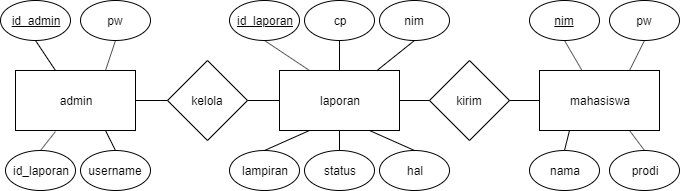
The draw.io diagram database/ERD.png in angelicakirana/IF3111-1920, before a commit. Source tidied: cells renumbered, new cells last; positions are measured from the earlier drawing's top-left corner, leaving out a move shared by most shapes. Its diagram source:
```xml
<mxGraphModel>
  <root>
    <mxCell id="0" />
    <mxCell id="1" parent="0" />
    <mxCell id="2" value="admin" style="rounded=0;whiteSpace=wrap;html=1;" parent="1" vertex="1">
      <mxGeometry x="15" y="70" width="120" height="60" as="geometry" />
    </mxCell>
    <mxCell id="3" value="laporan" style="rounded=0;whiteSpace=wrap;html=1;" parent="1" vertex="1">
      <mxGeometry x="279" y="70" width="120" height="60" as="geometry" />
    </mxCell>
    <mxCell id="4" value="mahasiswa" style="rounded=0;whiteSpace=wrap;html=1;" parent="1" vertex="1">
      <mxGeometry x="539" y="70" width="120" height="60" as="geometry" />
    </mxCell>
    <mxCell id="5" value="prodi" style="ellipse;whiteSpace=wrap;html=1;" parent="1" vertex="1">
      <mxGeometry x="609" y="150" width="70" height="40" as="geometry" />
    </mxCell>
    <mxCell id="6" value="pw" style="ellipse;whiteSpace=wrap;html=1;" parent="1" vertex="1">
      <mxGeometry x="609" width="70" height="40" as="geometry" />
    </mxCell>
    <mxCell id="7" value="nama" style="ellipse;whiteSpace=wrap;html=1;" parent="1" vertex="1">
      <mxGeometry x="529" y="150" width="70" height="40" as="geometry" />
    </mxCell>
    <mxCell id="8" value="nim" style="ellipse;whiteSpace=wrap;html=1;fontStyle=4;" parent="1" vertex="1">
      <mxGeometry x="529" width="70" height="40" as="geometry" />
    </mxCell>
    <mxCell id="9" value="id_laporan" style="ellipse;whiteSpace=wrap;html=1;fontStyle=4;" parent="1" vertex="1">
      <mxGeometry x="229" width="70" height="40" as="geometry" />
    </mxCell>
    <mxCell id="10" value="lampiran" style="ellipse;whiteSpace=wrap;html=1;" parent="1" vertex="1">
      <mxGeometry x="229" y="150" width="70" height="40" as="geometry" />
    </mxCell>
    <mxCell id="11" value="hal" style="ellipse;whiteSpace=wrap;html=1;" parent="1" vertex="1">
      <mxGeometry x="379" y="150" width="70" height="40" as="geometry" />
    </mxCell>
    <mxCell id="12" value="id_admin" style="ellipse;whiteSpace=wrap;html=1;fontStyle=4;" parent="1" vertex="1">
      <mxGeometry width="70" height="40" as="geometry" />
    </mxCell>
    <mxCell id="13" value="pw" style="ellipse;whiteSpace=wrap;html=1;" parent="1" vertex="1">
      <mxGeometry x="80" width="70" height="40" as="geometry" />
    </mxCell>
    <mxCell id="14" value="nim" style="ellipse;whiteSpace=wrap;html=1;" parent="1" vertex="1">
      <mxGeometry x="379" width="70" height="40" as="geometry" />
    </mxCell>
    <mxCell id="15" value="cp" style="ellipse;whiteSpace=wrap;html=1;" parent="1" vertex="1">
      <mxGeometry x="304" width="70" height="40" as="geometry" />
    </mxCell>
    <mxCell id="16" value="username" style="ellipse;whiteSpace=wrap;html=1;" parent="1" vertex="1">
      <mxGeometry x="80" y="150" width="70" height="40" as="geometry" />
    </mxCell>
    <mxCell id="17" value="id_laporan" style="ellipse;whiteSpace=wrap;html=1;" parent="1" vertex="1">
      <mxGeometry x="5" y="150" width="70" height="40" as="geometry" />
    </mxCell>
    <mxCell id="18" style="endArrow=none;html=1;entryX=0.5;entryY=1;entryDx=0;entryDy=0;exitX=0.75;exitY=0;exitDx=0;exitDy=0;" parent="1" edge="1" source="2" target="13">
      <mxGeometry relative="1" as="geometry" />
    </mxCell>
    <mxCell id="19" value="kelola" style="rhombus;whiteSpace=wrap;html=1;" parent="1" vertex="1">
      <mxGeometry x="167" y="60" width="80" height="80" as="geometry" />
    </mxCell>
    <mxCell id="20" value="kirim" style="rhombus;whiteSpace=wrap;html=1;" parent="1" vertex="1">
      <mxGeometry x="429" y="60" width="80" height="80" as="geometry" />
    </mxCell>
    <mxCell id="21" style="endArrow=none;html=1;entryX=0.5;entryY=1;entryDx=0;entryDy=0;" parent="1" edge="1" source="2" target="12">
      <mxGeometry relative="1" as="geometry" />
    </mxCell>
    <mxCell id="22" style="endArrow=none;html=1;entryX=0.5;entryY=0;entryDx=0;entryDy=0;exitX=0.333;exitY=1.017;exitDx=0;exitDy=0;exitPerimeter=0;" parent="1" edge="1" source="2" target="17">
      <mxGeometry relative="1" as="geometry" />
    </mxCell>
    <mxCell id="23" style="endArrow=none;html=1;entryX=0.5;entryY=0;entryDx=0;entryDy=0;exitX=0.75;exitY=1;exitDx=0;exitDy=0;" parent="1" edge="1" source="2" target="16">
      <mxGeometry relative="1" as="geometry" />
    </mxCell>
    <mxCell id="24" style="endArrow=none;html=1;exitX=0;exitY=0.5;exitDx=0;exitDy=0;entryX=1;entryY=0.5;entryDx=0;entryDy=0;" parent="1" edge="1" source="19" target="2">
      <mxGeometry relative="1" as="geometry" />
    </mxCell>
    <mxCell id="25" style="endArrow=none;html=1;entryX=1;entryY=0.5;entryDx=0;entryDy=0;exitX=0;exitY=0.5;exitDx=0;exitDy=0;" parent="1" edge="1" source="3" target="19">
      <mxGeometry relative="1" as="geometry" />
    </mxCell>
    <mxCell id="26" style="endArrow=none;html=1;entryX=0;entryY=0.5;entryDx=0;entryDy=0;exitX=1;exitY=0.5;exitDx=0;exitDy=0;" parent="1" edge="1" source="20" target="4">
      <mxGeometry relative="1" as="geometry" />
    </mxCell>
    <mxCell id="27" style="endArrow=none;html=1;entryX=1;entryY=0.5;entryDx=0;entryDy=0;exitX=0;exitY=0.5;exitDx=0;exitDy=0;" parent="1" edge="1" source="20" target="3">
      <mxGeometry relative="1" as="geometry" />
    </mxCell>
    <mxCell id="28" style="endArrow=none;html=1;entryX=0.5;entryY=1;entryDx=0;entryDy=0;exitX=0.25;exitY=0;exitDx=0;exitDy=0;" parent="1" edge="1" source="3" target="9">
      <mxGeometry relative="1" as="geometry" />
    </mxCell>
    <mxCell id="29" style="endArrow=none;html=1;entryX=0.5;entryY=1;entryDx=0;entryDy=0;exitX=0.5;exitY=0;exitDx=0;exitDy=0;" parent="1" edge="1" source="3" target="15">
      <mxGeometry relative="1" as="geometry" />
    </mxCell>
    <mxCell id="30" style="endArrow=none;html=1;entryX=0.5;entryY=1;entryDx=0;entryDy=0;" parent="1" edge="1" source="3" target="14">
      <mxGeometry relative="1" as="geometry" />
    </mxCell>
    <mxCell id="31" style="endArrow=none;html=1;entryX=0.25;entryY=1;entryDx=0;entryDy=0;exitX=0.5;exitY=0;exitDx=0;exitDy=0;" parent="1" edge="1" source="10" target="3">
      <mxGeometry relative="1" as="geometry" />
    </mxCell>
    <mxCell id="32" style="endArrow=none;html=1;entryX=0.5;entryY=1;entryDx=0;entryDy=0;exitX=0.75;exitY=0;exitDx=0;exitDy=0;" parent="1" edge="1" source="4" target="6">
      <mxGeometry relative="1" as="geometry" />
    </mxCell>
    <mxCell id="33" style="endArrow=none;html=1;entryX=0.5;entryY=0;entryDx=0;entryDy=0;exitX=0.75;exitY=1;exitDx=0;exitDy=0;" parent="1" edge="1" source="3" target="11">
      <mxGeometry relative="1" as="geometry" />
    </mxCell>
    <mxCell id="34" style="endArrow=none;html=1;entryX=0.5;entryY=0;entryDx=0;entryDy=0;exitX=0.75;exitY=1;exitDx=0;exitDy=0;" parent="1" edge="1" source="4" target="5">
      <mxGeometry relative="1" as="geometry" />
    </mxCell>
    <mxCell id="35" style="endArrow=none;html=1;entryX=0.5;entryY=0;entryDx=0;entryDy=0;exitX=0.25;exitY=1;exitDx=0;exitDy=0;" parent="1" edge="1" source="4" target="7">
      <mxGeometry relative="1" as="geometry" />
    </mxCell>
    <mxCell id="36" style="endArrow=none;html=1;entryX=0.5;entryY=1;entryDx=0;entryDy=0;" parent="1" edge="1" source="4" target="8">
      <mxGeometry relative="1" as="geometry" />
    </mxCell>
    <mxCell id="37" value="status" style="ellipse;whiteSpace=wrap;html=1;" parent="1" vertex="1">
      <mxGeometry x="304" y="150" width="70" height="40" as="geometry" />
    </mxCell>
    <mxCell id="38" style="endArrow=none;html=1;entryX=0.5;entryY=1;entryDx=0;entryDy=0;exitX=0.5;exitY=0;exitDx=0;exitDy=0;" parent="1" edge="1" source="37" target="3">
      <mxGeometry relative="1" as="geometry" />
    </mxCell>
  </root>
</mxGraphModel>
```
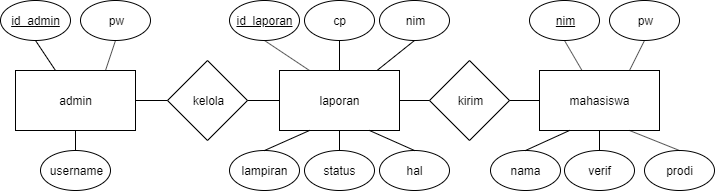
Above is the later version.

What changed in the source:
```diff
@@ -12,13 +12,13 @@
       <mxGeometry x="539" y="70" width="120" height="60" as="geometry" />
     </mxCell>
     <mxCell id="5" value="prodi" style="ellipse;whiteSpace=wrap;html=1;" parent="1" vertex="1">
-      <mxGeometry x="609" y="150" width="70" height="40" as="geometry" />
+      <mxGeometry x="644" y="150" width="70" height="40" as="geometry" />
     </mxCell>
     <mxCell id="6" value="pw" style="ellipse;whiteSpace=wrap;html=1;" parent="1" vertex="1">
       <mxGeometry x="609" width="70" height="40" as="geometry" />
     </mxCell>
     <mxCell id="7" value="nama" style="ellipse;whiteSpace=wrap;html=1;" parent="1" vertex="1">
-      <mxGeometry x="529" y="150" width="70" height="40" as="geometry" />
+      <mxGeometry x="490" y="150" width="70" height="40" as="geometry" />
     </mxCell>
     <mxCell id="8" value="nim" style="ellipse;whiteSpace=wrap;html=1;fontStyle=4;" parent="1" vertex="1">
       <mxGeometry x="529" width="70" height="40" as="geometry" />
@@ -45,11 +45,8 @@
       <mxGeometry x="304" width="70" height="40" as="geometry" />
     </mxCell>
     <mxCell id="16" value="username" style="ellipse;whiteSpace=wrap;html=1;" parent="1" vertex="1">
-      <mxGeometry x="80" y="150" width="70" height="40" as="geometry" />
+      <mxGeometry x="40" y="150" width="70" height="40" as="geometry" />
     </mxCell>
-    <mxCell id="17" value="id_laporan" style="ellipse;whiteSpace=wrap;html=1;" parent="1" vertex="1">
-      <mxGeometry x="5" y="150" width="70" height="40" as="geometry" />
-    </mxCell>
     <mxCell id="18" style="endArrow=none;html=1;entryX=0.5;entryY=1;entryDx=0;entryDy=0;exitX=0.75;exitY=0;exitDx=0;exitDy=0;" parent="1" edge="1" source="2" target="13">
       <mxGeometry relative="1" as="geometry" />
     </mxCell>
@@ -62,10 +59,7 @@
     <mxCell id="21" style="endArrow=none;html=1;entryX=0.5;entryY=1;entryDx=0;entryDy=0;" parent="1" edge="1" source="2" target="12">
       <mxGeometry relative="1" as="geometry" />
     </mxCell>
-    <mxCell id="22" style="endArrow=none;html=1;entryX=0.5;entryY=0;entryDx=0;entryDy=0;exitX=0.333;exitY=1.017;exitDx=0;exitDy=0;exitPerimeter=0;" parent="1" edge="1" source="2" target="17">
-      <mxGeometry relative="1" as="geometry" />
-    </mxCell>
-    <mxCell id="23" style="endArrow=none;html=1;entryX=0.5;entryY=0;entryDx=0;entryDy=0;exitX=0.75;exitY=1;exitDx=0;exitDy=0;" parent="1" edge="1" source="2" target="16">
+    <mxCell id="23" style="endArrow=none;html=1;entryX=0.5;entryY=0;entryDx=0;entryDy=0;exitX=0.5;exitY=1;exitDx=0;exitDy=0;" parent="1" edge="1" source="2" target="16">
       <mxGeometry relative="1" as="geometry" />
     </mxCell>
     <mxCell id="24" style="endArrow=none;html=1;exitX=0;exitY=0.5;exitDx=0;exitDy=0;entryX=1;entryY=0.5;entryDx=0;entryDy=0;" parent="1" edge="1" source="19" target="2">
@@ -113,5 +107,11 @@
     <mxCell id="38" style="endArrow=none;html=1;entryX=0.5;entryY=1;entryDx=0;entryDy=0;exitX=0.5;exitY=0;exitDx=0;exitDy=0;" parent="1" edge="1" source="37" target="3">
       <mxGeometry relative="1" as="geometry" />
     </mxCell>
+    <mxCell id="39" value="verif" style="ellipse;whiteSpace=wrap;html=1;" parent="1" vertex="1">
+      <mxGeometry x="564" y="150" width="70" height="40" as="geometry" />
+    </mxCell>
+    <mxCell id="40" style="endArrow=none;html=1;entryX=0.5;entryY=1;entryDx=0;entryDy=0;exitX=0.5;exitY=0;exitDx=0;exitDy=0;" parent="1" edge="1" source="39" target="4">
+      <mxGeometry relative="1" as="geometry" />
+    </mxCell>
   </root>
 </mxGraphModel>
```
